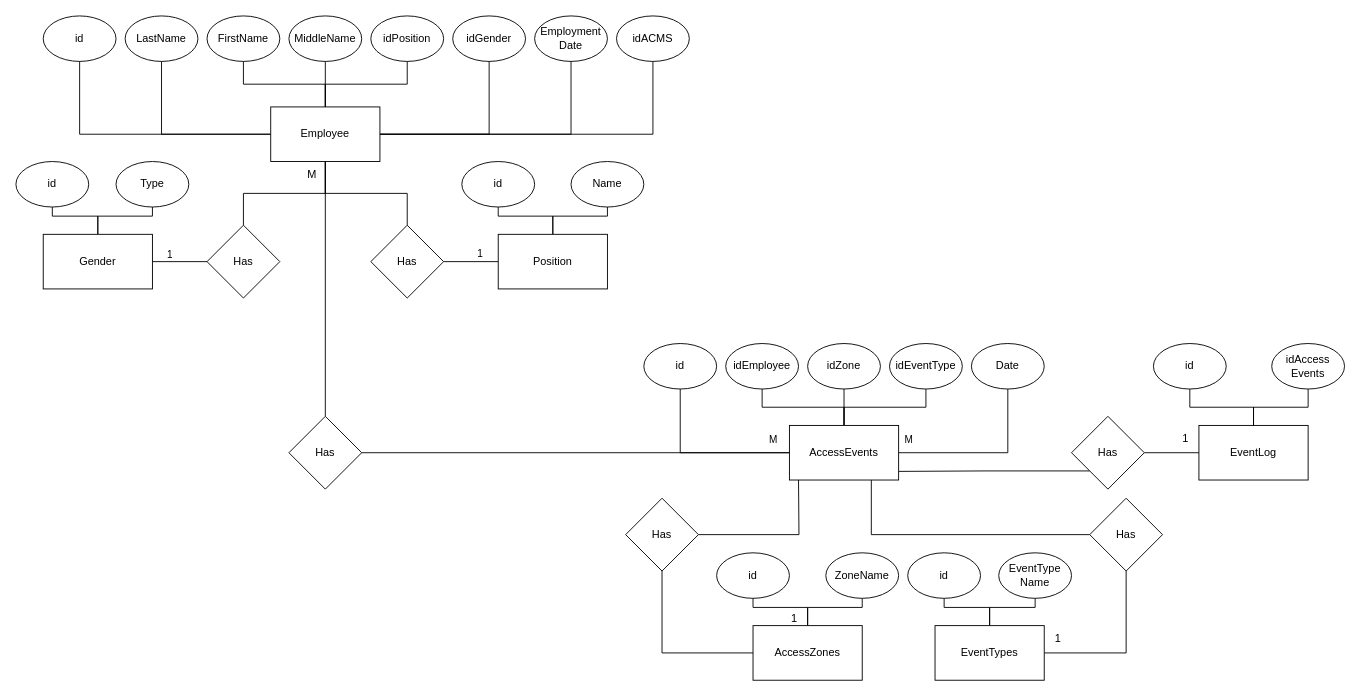
Earlier version of the draw.io diagram FirstDiagram.drawio (Sparrow-Ran/DRAWIO). Source tidied: cells renumbered, new cells numbered last; positions are measured from the earlier drawing's top-left corner, leaving out a move shared by most shapes. Both pictures are drawn from the tidied source at 91%, with x=0, y=0 at pixel (15, 15).
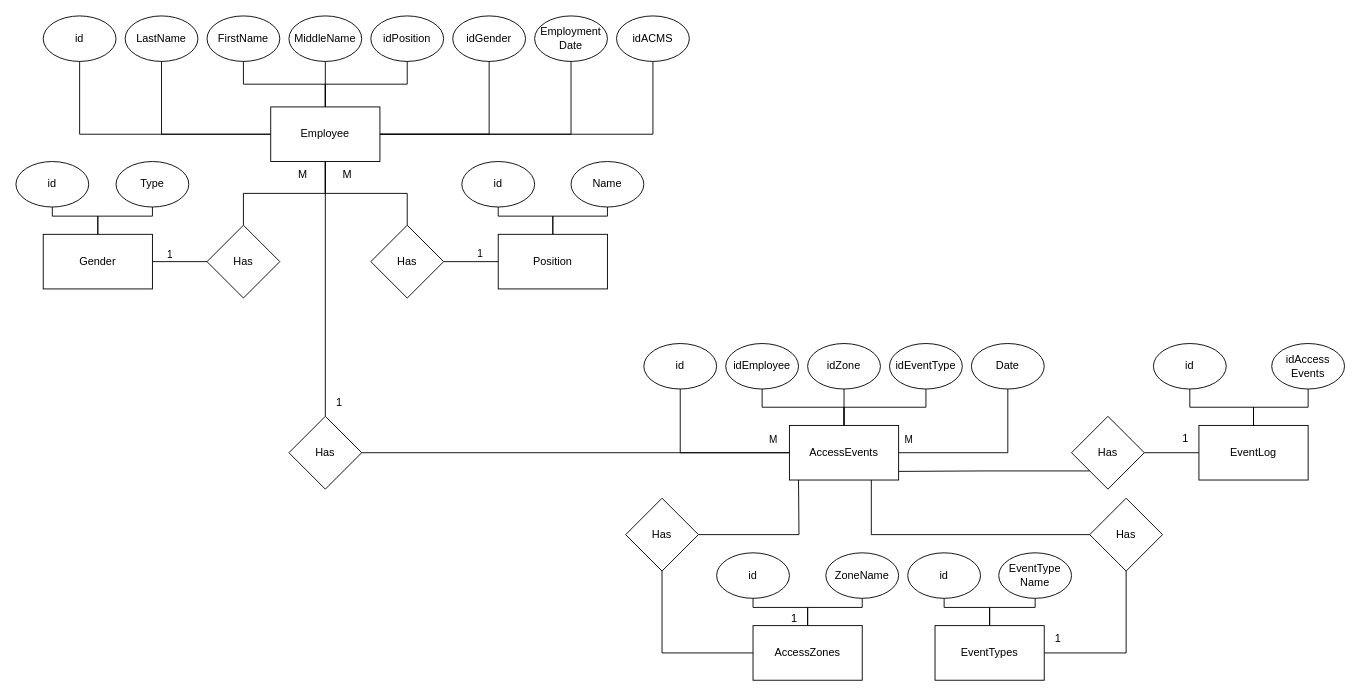
After the change.

Diff of the diagram source:
```diff
@@
     <mxCell id="76" value="М" style="text;html=1;align=center;verticalAlign=middle;strokeColor=none;fillColor=none;" parent="1" vertex="1">
-      <mxGeometry x="310" y="160" width="30" height="30" as="geometry" />
+      <mxGeometry x="300" y="160" width="30" height="30" as="geometry" />
     </mxCell>
@@
+    <mxCell id="81" value="1" style="text;html=1;align=center;verticalAlign=middle;strokeColor=none;fillColor=none;" parent="1" vertex="1">
+      <mxGeometry x="340" y="410" width="30" height="30" as="geometry" />
+    </mxCell>
+    <mxCell id="82" value="М" style="text;html=1;align=center;verticalAlign=middle;strokeColor=none;fillColor=none;" parent="1" vertex="1">
+      <mxGeometry x="349" y="160" width="30" height="30" as="geometry" />
+    </mxCell>
```
